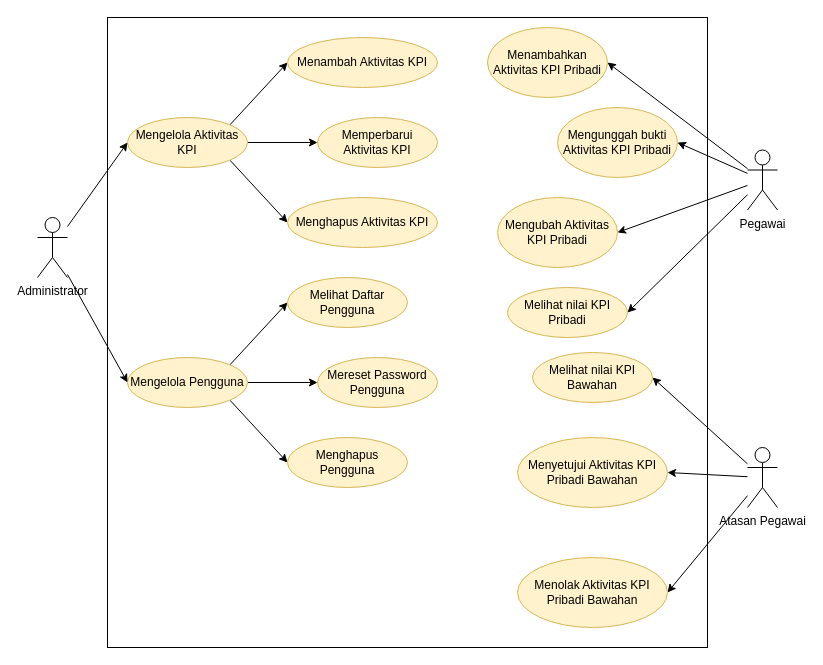
The draw.io diagram page "Use Case Diagram" (3 of 5) of Diagrams.drawio in FaisZ/KPISystem, before the edit. Source tidied: cells renumbered, new cells numbered last; positions are measured from the earlier drawing's top-left corner, leaving out a move shared by most shapes. Both pictures are drawn from the tidied source at 100%, with x=0, y=0 at pixel (37, 17).
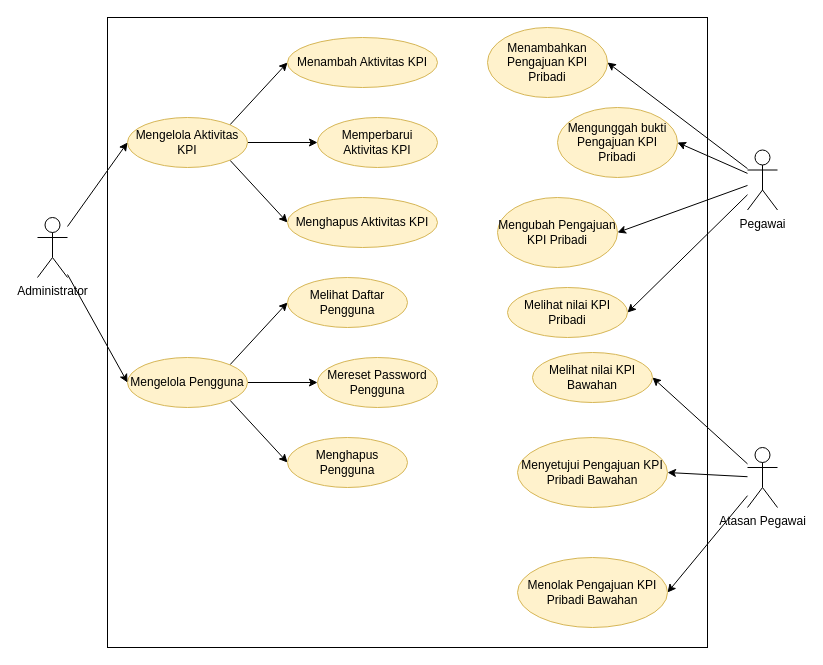
The same page after the edit.

Commit message (it also covers changes not shown here):
update diagram and SKPL

Change to the diagram source:
```diff
@@
-    <mxCell id="20" value="Menambahkan Aktivitas KPI Pribadi" style="ellipse;whiteSpace=wrap;html=1;fillColor=#fff2cc;strokeColor=#d6b656;" parent="1" vertex="1">
+    <mxCell id="20" value="Menambahkan Pengajuan KPI Pribadi" style="ellipse;whiteSpace=wrap;html=1;fillColor=#fff2cc;strokeColor=#d6b656;" parent="1" vertex="1">
       <mxGeometry x="450" y="10" width="120" height="70" as="geometry" />
     </mxCell>
@@
-    <mxCell id="26" value="Mengunggah bukti Aktivitas KPI Pribadi" style="ellipse;whiteSpace=wrap;html=1;fillColor=#fff2cc;strokeColor=#d6b656;" parent="1" vertex="1">
+    <mxCell id="26" value="Mengunggah bukti Pengajuan KPI Pribadi" style="ellipse;whiteSpace=wrap;html=1;fillColor=#fff2cc;strokeColor=#d6b656;" parent="1" vertex="1">
       <mxGeometry x="520" y="90" width="120" height="70" as="geometry" />
     </mxCell>
-    <mxCell id="27" value="Mengubah Aktivitas KPI Pribadi" style="ellipse;whiteSpace=wrap;html=1;fillColor=#fff2cc;strokeColor=#d6b656;" parent="1" vertex="1">
+    <mxCell id="27" value="Mengubah Pengajuan KPI Pribadi" style="ellipse;whiteSpace=wrap;html=1;fillColor=#fff2cc;strokeColor=#d6b656;" parent="1" vertex="1">
       <mxGeometry x="460" y="180" width="120" height="70" as="geometry" />
     </mxCell>
@@
-    <mxCell id="32" value="Menyetujui Aktivitas KPI Pribadi Bawahan" style="ellipse;whiteSpace=wrap;html=1;fillColor=#fff2cc;strokeColor=#d6b656;" parent="1" vertex="1">
+    <mxCell id="32" value="Menyetujui Pengajuan KPI Pribadi Bawahan" style="ellipse;whiteSpace=wrap;html=1;fillColor=#fff2cc;strokeColor=#d6b656;" parent="1" vertex="1">
       <mxGeometry x="480" y="420" width="150" height="70" as="geometry" />
     </mxCell>
-    <mxCell id="33" value="Menolak Aktivitas KPI Pribadi Bawahan" style="ellipse;whiteSpace=wrap;html=1;fillColor=#fff2cc;strokeColor=#d6b656;" parent="1" vertex="1">
+    <mxCell id="33" value="Menolak Pengajuan KPI Pribadi Bawahan" style="ellipse;whiteSpace=wrap;html=1;fillColor=#fff2cc;strokeColor=#d6b656;" parent="1" vertex="1">
       <mxGeometry x="480" y="540" width="150" height="70" as="geometry" />
     </mxCell>
```
